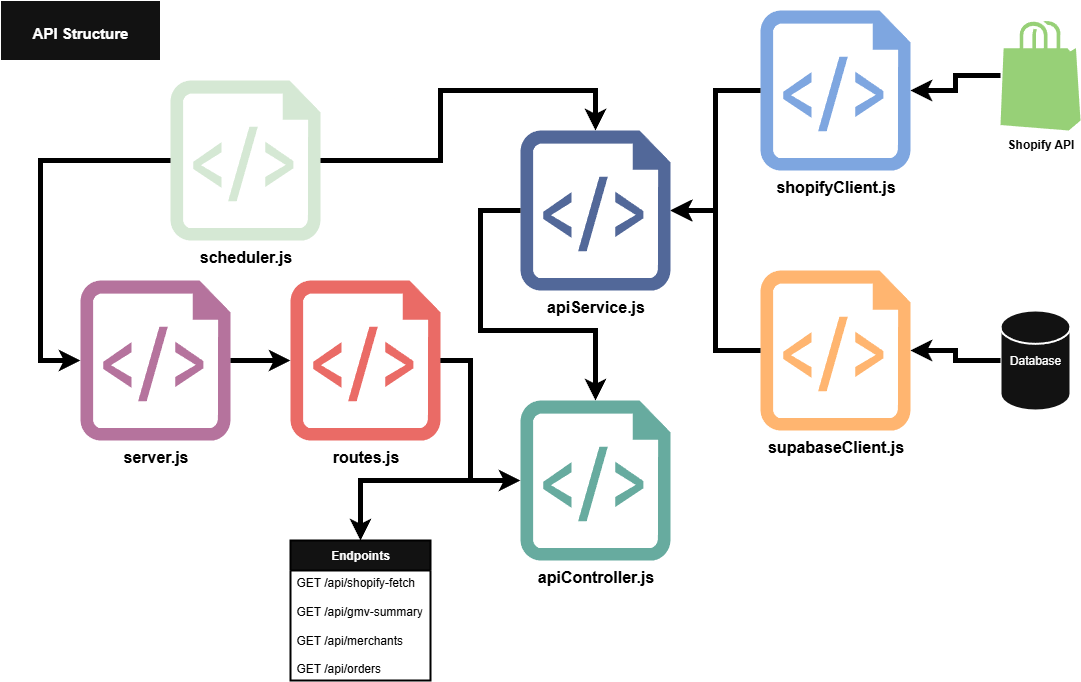
This is notes/northstar_proj-Page-1.drawio.png from johnshields/northstar, a draw.io export, as it was before one commit. Source tidied: cells renumbered, new cells last; positions are measured from the earlier drawing's top-left corner, leaving out a move shared by most shapes. Source of this version:
```xml
<mxGraphModel background="light-dark(#FFFFFF,#FFFFFF)">
  <root>
    <mxCell id="0" />
    <mxCell id="1" parent="0" />
    <mxCell id="2" value="&lt;b&gt;&lt;font style=&quot;font-size: 16px; color: light-dark(rgb(0, 0, 0), rgb(0, 0, 0));&quot;&gt;server.js&lt;/font&gt;&lt;/b&gt;" style="verticalLabelPosition=bottom;html=1;verticalAlign=top;align=center;strokeColor=none;fillColor=light-dark(#00BEF2,#B5739D);shape=mxgraph.azure.script_file;labelBackgroundColor=none;strokeWidth=5;" parent="1" vertex="1">
      <mxGeometry x="80" y="280" width="150" height="160" as="geometry" />
    </mxCell>
    <mxCell id="3" value="&lt;b&gt;&lt;font style=&quot;font-size: 16px; color: light-dark(rgb(0, 0, 0), rgb(0, 0, 0));&quot;&gt;apiService&lt;/font&gt;&lt;/b&gt;&lt;b style=&quot;background-color: transparent; color: light-dark(rgb(0, 0, 0), rgb(255, 255, 255));&quot;&gt;&lt;font style=&quot;font-size: 16px; color: light-dark(rgb(0, 0, 0), rgb(0, 0, 0));&quot;&gt;.js&lt;/font&gt;&lt;/b&gt;" style="verticalLabelPosition=bottom;html=1;verticalAlign=top;align=center;strokeColor=none;fillColor=light-dark(#00BEF2,#526899);shape=mxgraph.azure.script_file;" parent="1" vertex="1">
      <mxGeometry x="520" y="130" width="150" height="160" as="geometry" />
    </mxCell>
    <mxCell id="4" value="&lt;b&gt;&lt;font style=&quot;font-size: 16px; color: light-dark(rgb(0, 0, 0), rgb(0, 0, 0));&quot;&gt;apiController&lt;/font&gt;&lt;/b&gt;&lt;b style=&quot;background-color: transparent; color: light-dark(rgb(0, 0, 0), rgb(255, 255, 255));&quot;&gt;&lt;font style=&quot;font-size: 16px; color: light-dark(rgb(0, 0, 0), rgb(0, 0, 0));&quot;&gt;.js&lt;/font&gt;&lt;/b&gt;" style="verticalLabelPosition=bottom;html=1;verticalAlign=top;align=center;strokeColor=none;fillColor=light-dark(#00BEF2,#67AB9F);shape=mxgraph.azure.script_file;" parent="1" vertex="1">
      <mxGeometry x="520" y="400" width="150" height="160" as="geometry" />
    </mxCell>
    <mxCell id="5" style="edgeStyle=orthogonalEdgeStyle;rounded=0;jettySize=auto;html=1;exitX=1;exitY=0.5;exitDx=0;exitDy=0;exitPerimeter=0;entryX=0.5;entryY=0;entryDx=0;entryDy=0;strokeColor=light-dark(#000000,#000000);strokeWidth=5;" parent="1" edge="1" source="6" target="20">
      <mxGeometry relative="1" as="geometry">
        <Array as="points">
          <mxPoint x="470" y="360" />
          <mxPoint x="470" y="480" />
          <mxPoint x="360" y="480" />
        </Array>
      </mxGeometry>
    </mxCell>
    <mxCell id="6" value="&lt;b style=&quot;background-color: transparent; color: light-dark(rgb(0, 0, 0), rgb(255, 255, 255));&quot;&gt;&lt;font style=&quot;font-size: 16px; color: light-dark(rgb(0, 0, 0), rgb(0, 0, 0));&quot;&gt;routes&lt;/font&gt;&lt;/b&gt;&lt;b style=&quot;background-color: transparent; color: light-dark(rgb(0, 0, 0), rgb(255, 255, 255));&quot;&gt;&lt;font style=&quot;font-size: 16px; color: light-dark(rgb(0, 0, 0), rgb(0, 0, 0));&quot;&gt;.js&lt;/font&gt;&lt;/b&gt;" style="verticalLabelPosition=bottom;html=1;verticalAlign=top;align=center;strokeColor=none;fillColor=light-dark(#00BEF2,#EA6B66);shape=mxgraph.azure.script_file;" parent="1" vertex="1">
      <mxGeometry x="290" y="280" width="150" height="160" as="geometry" />
    </mxCell>
    <mxCell id="7" style="edgeStyle=orthogonalEdgeStyle;rounded=0;jettySize=auto;html=1;exitX=1;exitY=0.5;exitDx=0;exitDy=0;exitPerimeter=0;entryX=0;entryY=0.5;entryDx=0;entryDy=0;entryPerimeter=0;strokeColor=light-dark(#000000,#000000);strokeWidth=5;" parent="1" edge="1" source="2" target="6">
      <mxGeometry relative="1" as="geometry" />
    </mxCell>
    <mxCell id="8" style="edgeStyle=orthogonalEdgeStyle;rounded=0;jettySize=auto;html=1;entryX=0;entryY=0.5;entryDx=0;entryDy=0;entryPerimeter=0;strokeColor=light-dark(#000000,#000000);strokeWidth=5;" parent="1" edge="1" source="6" target="4">
      <mxGeometry relative="1" as="geometry">
        <Array as="points">
          <mxPoint x="470" y="360" />
          <mxPoint x="470" y="480" />
        </Array>
      </mxGeometry>
    </mxCell>
    <mxCell id="9" value="&lt;b style=&quot;background-color: transparent; color: light-dark(rgb(0, 0, 0), rgb(255, 255, 255));&quot;&gt;&lt;font style=&quot;font-size: 16px; color: light-dark(rgb(0, 0, 0), rgb(0, 0, 0));&quot;&gt;shopifyClient&lt;/font&gt;&lt;/b&gt;&lt;b style=&quot;background-color: transparent; color: light-dark(rgb(0, 0, 0), rgb(255, 255, 255));&quot;&gt;&lt;font style=&quot;font-size: 16px; color: light-dark(rgb(0, 0, 0), rgb(0, 0, 0));&quot;&gt;.js&lt;/font&gt;&lt;/b&gt;" style="verticalLabelPosition=bottom;html=1;verticalAlign=top;align=center;strokeColor=none;fillColor=light-dark(#00BEF2,#7EA6E0);shape=mxgraph.azure.script_file;" parent="1" vertex="1">
      <mxGeometry x="760" y="10" width="150" height="160" as="geometry" />
    </mxCell>
    <mxCell id="10" value="&lt;b style=&quot;background-color: transparent; color: light-dark(rgb(0, 0, 0), rgb(255, 255, 255));&quot;&gt;&lt;font style=&quot;font-size: 16px; color: light-dark(rgb(0, 0, 0), rgb(0, 0, 0));&quot;&gt;supabaseClient&lt;/font&gt;&lt;/b&gt;&lt;b style=&quot;background-color: transparent; color: light-dark(rgb(0, 0, 0), rgb(255, 255, 255));&quot;&gt;&lt;font style=&quot;font-size: 16px; color: light-dark(rgb(0, 0, 0), rgb(0, 0, 0));&quot;&gt;.js&lt;/font&gt;&lt;/b&gt;" style="verticalLabelPosition=bottom;html=1;verticalAlign=top;align=center;strokeColor=none;fillColor=light-dark(#00BEF2,#FFB570);shape=mxgraph.azure.script_file;" parent="1" vertex="1">
      <mxGeometry x="760" y="270" width="150" height="160" as="geometry" />
    </mxCell>
    <mxCell id="11" style="edgeStyle=orthogonalEdgeStyle;rounded=0;orthogonalLoop=1;jettySize=auto;html=1;entryX=0.5;entryY=0;entryDx=0;entryDy=0;entryPerimeter=0;strokeColor=light-dark(#000000,#000000);strokeWidth=5;exitX=0;exitY=0.5;exitDx=0;exitDy=0;exitPerimeter=0;" parent="1" edge="1">
      <mxGeometry relative="1" as="geometry">
        <mxPoint x="520" y="210" as="sourcePoint" />
        <mxPoint x="595" y="400" as="targetPoint" />
        <Array as="points">
          <mxPoint x="480" y="210" />
          <mxPoint x="480" y="330" />
          <mxPoint x="595" y="330" />
        </Array>
      </mxGeometry>
    </mxCell>
    <mxCell id="12" style="edgeStyle=orthogonalEdgeStyle;rounded=0;jettySize=auto;html=1;entryX=1;entryY=0.5;entryDx=0;entryDy=0;entryPerimeter=0;strokeColor=light-dark(#000000,#000000);strokeWidth=5;" parent="1" edge="1" source="9" target="3">
      <mxGeometry relative="1" as="geometry" />
    </mxCell>
    <mxCell id="13" style="edgeStyle=orthogonalEdgeStyle;rounded=0;jettySize=auto;html=1;exitX=0;exitY=0.5;exitDx=0;exitDy=0;exitPerimeter=0;entryX=1;entryY=0.5;entryDx=0;entryDy=0;entryPerimeter=0;strokeColor=light-dark(#000000,#000000);strokeWidth=5;" parent="1" edge="1" source="10" target="3">
      <mxGeometry relative="1" as="geometry" />
    </mxCell>
    <mxCell id="14" style="edgeStyle=orthogonalEdgeStyle;rounded=0;jettySize=auto;html=1;" parent="1" edge="1" source="15" target="10">
      <mxGeometry relative="1" as="geometry" />
    </mxCell>
    <mxCell id="15" value="Database" style="strokeWidth=2;html=1;shape=mxgraph.flowchart.database;whiteSpace=wrap;" parent="1" vertex="1">
      <mxGeometry x="1000" y="310" width="70" height="100" as="geometry" />
    </mxCell>
    <mxCell id="16" style="edgeStyle=orthogonalEdgeStyle;rounded=0;jettySize=auto;html=1;entryX=1;entryY=0.5;entryDx=0;entryDy=0;entryPerimeter=0;strokeColor=light-dark(#000000,#000000);strokeWidth=5;" parent="1" edge="1" source="15" target="10">
      <mxGeometry relative="1" as="geometry" />
    </mxCell>
    <mxCell id="17" value="&lt;font style=&quot;color: light-dark(rgb(0, 0, 0), rgb(0, 0, 0));&quot;&gt;&lt;b&gt;Shopify API&lt;/b&gt;&lt;/font&gt;" style="verticalLabelPosition=bottom;html=1;verticalAlign=top;align=center;strokeColor=none;fillColor=light-dark(#00BEF2,#97D077);shape=mxgraph.azure.azure_marketplace;" parent="1" vertex="1">
      <mxGeometry x="1000" y="20" width="80" height="110" as="geometry" />
    </mxCell>
    <mxCell id="18" style="edgeStyle=orthogonalEdgeStyle;rounded=0;jettySize=auto;html=1;entryX=1;entryY=0.5;entryDx=0;entryDy=0;entryPerimeter=0;strokeColor=light-dark(#000000,#000000);strokeWidth=5;" parent="1" edge="1" source="17" target="9">
      <mxGeometry relative="1" as="geometry" />
    </mxCell>
    <mxCell id="19" value="&lt;h1&gt;&lt;span style=&quot;background-color: transparent; color: light-dark(rgb(0, 0, 0), rgb(255, 255, 255)); font-size: 12px;&quot;&gt;&lt;font style=&quot;font-size: 15px;&quot;&gt;API Structure&lt;/font&gt;&lt;/span&gt;&lt;/h1&gt;" style="rounded=0;whiteSpace=wrap;html=1;" parent="1" vertex="1">
      <mxGeometry width="160" height="60" as="geometry" />
    </mxCell>
    <mxCell id="20" value="&lt;b&gt;Endpoints&lt;/b&gt;" style="swimlane;fontStyle=0;horizontal=1;startSize=30;whiteSpace=wrap;html=1;strokeColor=light-dark(#000000,#000000);strokeWidth=2;" parent="1" vertex="1">
      <mxGeometry x="290" y="540" width="140" height="140" as="geometry" />
    </mxCell>
    <mxCell id="21" value="&lt;font style=&quot;color: light-dark(rgb(0, 0, 0), rgb(0, 0, 0));&quot;&gt;GET /api/shopify-fetch&lt;/font&gt;&lt;div&gt;&lt;font color=&quot;#000000&quot;&gt;&lt;br&gt;&lt;/font&gt;&lt;div&gt;&lt;font style=&quot;color: light-dark(rgb(0, 0, 0), rgb(0, 0, 0));&quot;&gt;GET /api/gmv-summary&lt;/font&gt;&lt;/div&gt;&lt;div&gt;&lt;font style=&quot;color: light-dark(rgb(0, 0, 0), rgb(0, 0, 0));&quot;&gt;&lt;br&gt;&lt;/font&gt;&lt;/div&gt;&lt;div&gt;&lt;font style=&quot;color: light-dark(rgb(0, 0, 0), rgb(0, 0, 0));&quot;&gt;GET /api/merchants&lt;/font&gt;&lt;/div&gt;&lt;/div&gt;&lt;div&gt;&lt;font style=&quot;color: light-dark(rgb(0, 0, 0), rgb(0, 0, 0));&quot;&gt;&lt;br&gt;&lt;/font&gt;&lt;/div&gt;&lt;div&gt;&lt;font style=&quot;color: light-dark(rgb(0, 0, 0), rgb(0, 0, 0));&quot;&gt;GET /api/orders&lt;/font&gt;&lt;/div&gt;" style="text;strokeColor=none;fillColor=none;align=left;verticalAlign=middle;spacingLeft=4;spacingRight=4;overflow=hidden;whiteSpace=wrap;html=1;" parent="20" vertex="1">
      <mxGeometry y="30" width="140" height="110" as="geometry" />
    </mxCell>
    <mxCell id="22" value="&lt;div&gt;&lt;span&gt;&lt;font style=&quot;color: light-dark(rgb(0, 0, 0), rgb(0, 0, 0));&quot;&gt;&lt;br&gt;&lt;/font&gt;&lt;/span&gt;&lt;/div&gt;" style="text;strokeColor=none;fillColor=none;align=left;verticalAlign=middle;spacingLeft=4;spacingRight=4;overflow=hidden;whiteSpace=wrap;html=1;" parent="20" vertex="1">
      <mxGeometry y="140" width="140" as="geometry" />
    </mxCell>
    <mxCell id="23" value="&lt;b&gt;&lt;font style=&quot;font-size: 16px; color: light-dark(rgb(0, 0, 0), rgb(0, 0, 0));&quot;&gt;scheduler.js&lt;/font&gt;&lt;/b&gt;" style="verticalLabelPosition=bottom;html=1;verticalAlign=top;align=center;strokeColor=none;fillColor=light-dark(#00BEF2,#D5E8D4);shape=mxgraph.azure.script_file;labelBackgroundColor=none;strokeWidth=5;" parent="1" vertex="1">
      <mxGeometry x="170" y="80" width="150" height="160" as="geometry" />
    </mxCell>
    <mxCell id="24" style="edgeStyle=orthogonalEdgeStyle;rounded=0;jettySize=auto;html=1;exitX=0;exitY=0.5;exitDx=0;exitDy=0;exitPerimeter=0;entryX=0;entryY=0.5;entryDx=0;entryDy=0;entryPerimeter=0;strokeColor=light-dark(#000000,#000000);strokeWidth=5;" parent="1" edge="1" source="23" target="2">
      <mxGeometry relative="1" as="geometry">
        <Array as="points">
          <mxPoint x="40" y="160" />
          <mxPoint x="40" y="360" />
        </Array>
      </mxGeometry>
    </mxCell>
    <mxCell id="25" style="edgeStyle=orthogonalEdgeStyle;rounded=0;jettySize=auto;html=1;exitX=1;exitY=0.5;exitDx=0;exitDy=0;exitPerimeter=0;entryX=0.5;entryY=0;entryDx=0;entryDy=0;entryPerimeter=0;strokeColor=light-dark(#000000,#000000);strokeWidth=5;" parent="1" edge="1" source="23" target="3">
      <mxGeometry relative="1" as="geometry">
        <Array as="points">
          <mxPoint x="440" y="160" />
          <mxPoint x="440" y="90" />
          <mxPoint x="595" y="90" />
        </Array>
      </mxGeometry>
    </mxCell>
  </root>
</mxGraphModel>
```
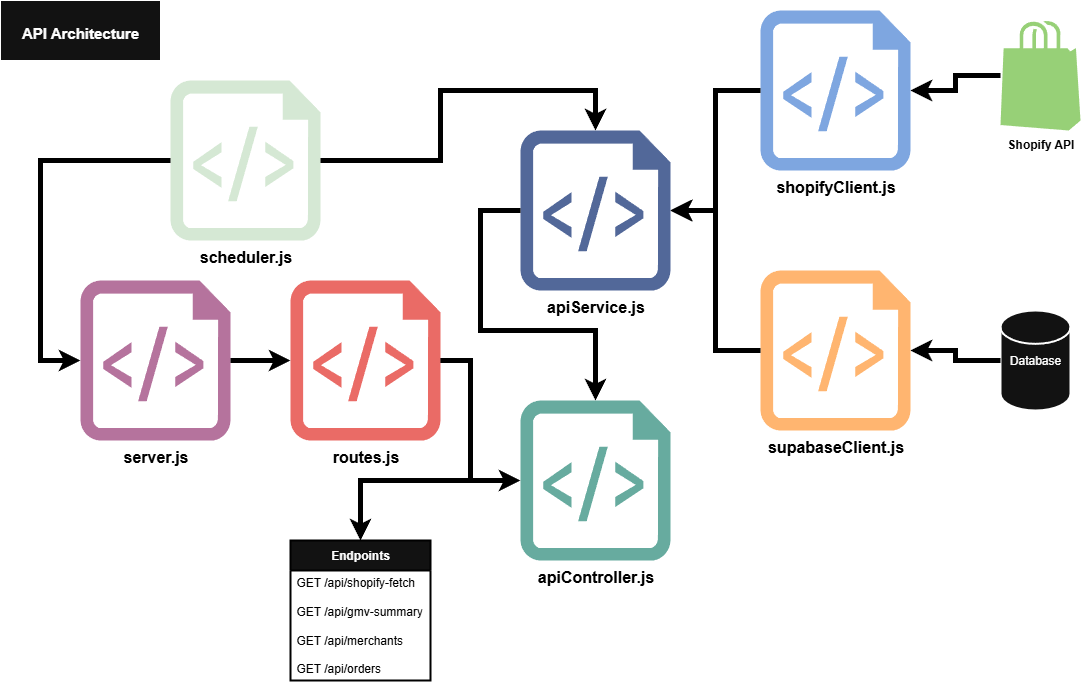
After the commit.

Diff of the diagram source:
```diff
@@ -72,7 +72,7 @@
     <mxCell id="18" style="edgeStyle=orthogonalEdgeStyle;rounded=0;jettySize=auto;html=1;entryX=1;entryY=0.5;entryDx=0;entryDy=0;entryPerimeter=0;strokeColor=light-dark(#000000,#000000);strokeWidth=5;" parent="1" edge="1" source="17" target="9">
       <mxGeometry relative="1" as="geometry" />
     </mxCell>
-    <mxCell id="19" value="&lt;h1&gt;&lt;span style=&quot;background-color: transparent; color: light-dark(rgb(0, 0, 0), rgb(255, 255, 255)); font-size: 12px;&quot;&gt;&lt;font style=&quot;font-size: 15px;&quot;&gt;API Structure&lt;/font&gt;&lt;/span&gt;&lt;/h1&gt;" style="rounded=0;whiteSpace=wrap;html=1;" parent="1" vertex="1">
+    <mxCell id="19" value="&lt;h1&gt;&lt;span style=&quot;background-color: transparent; color: light-dark(rgb(0, 0, 0), rgb(255, 255, 255)); font-size: 12px;&quot;&gt;&lt;font style=&quot;font-size: 15px;&quot;&gt;API&amp;nbsp;&lt;/font&gt;&lt;/span&gt;&lt;span style=&quot;background-color: transparent; font-size: 15px;&quot;&gt;Architecture&lt;/span&gt;&lt;/h1&gt;" style="rounded=0;whiteSpace=wrap;html=1;" parent="1" vertex="1">
       <mxGeometry width="160" height="60" as="geometry" />
     </mxCell>
     <mxCell id="20" value="&lt;b&gt;Endpoints&lt;/b&gt;" style="swimlane;fontStyle=0;horizontal=1;startSize=30;whiteSpace=wrap;html=1;strokeColor=light-dark(#000000,#000000);strokeWidth=2;" parent="1" vertex="1">
```
